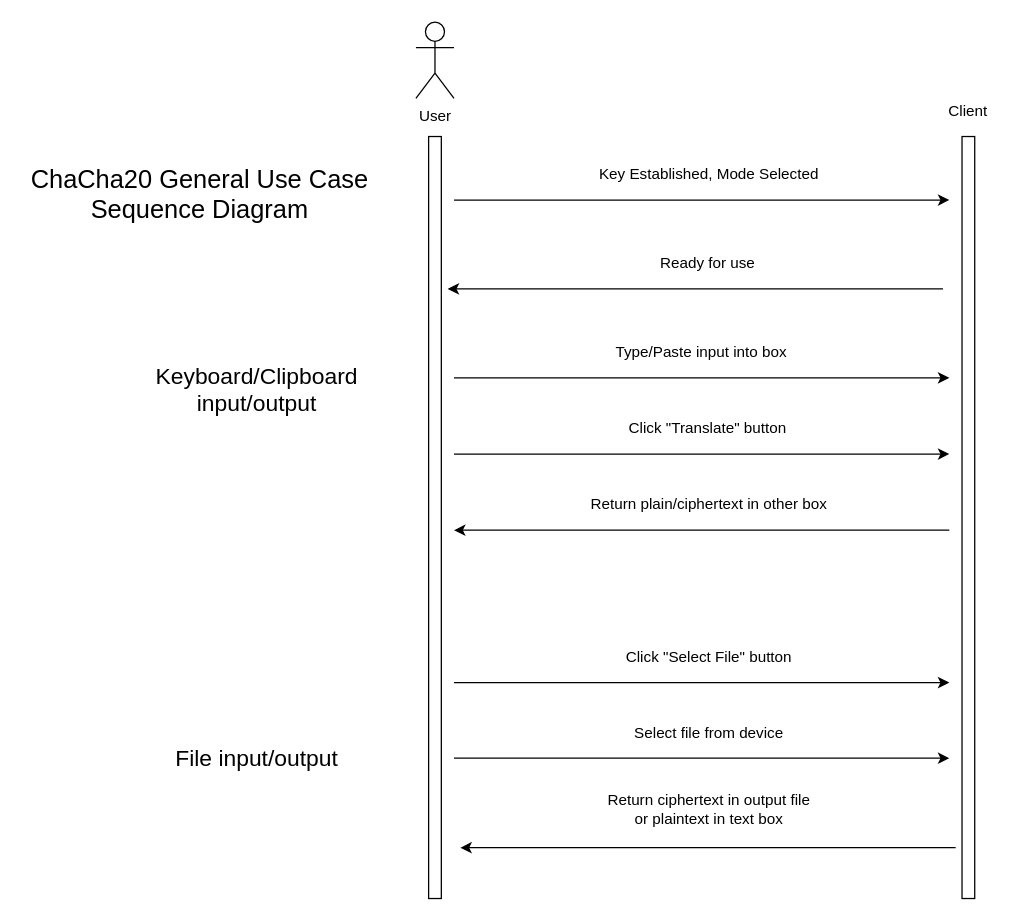
Before: Diagrams/src/CC20GUC.drawio in Nachtwind1100011/SE-Individual-Project, a draw.io diagram. Source tidied: cells renumbered, new cells numbered last; positions are measured from the earlier drawing's top-left corner, leaving out a move shared by most shapes. Both pictures are drawn from the tidied source at 127%, with x=0, y=0 at pixel (22, 22).
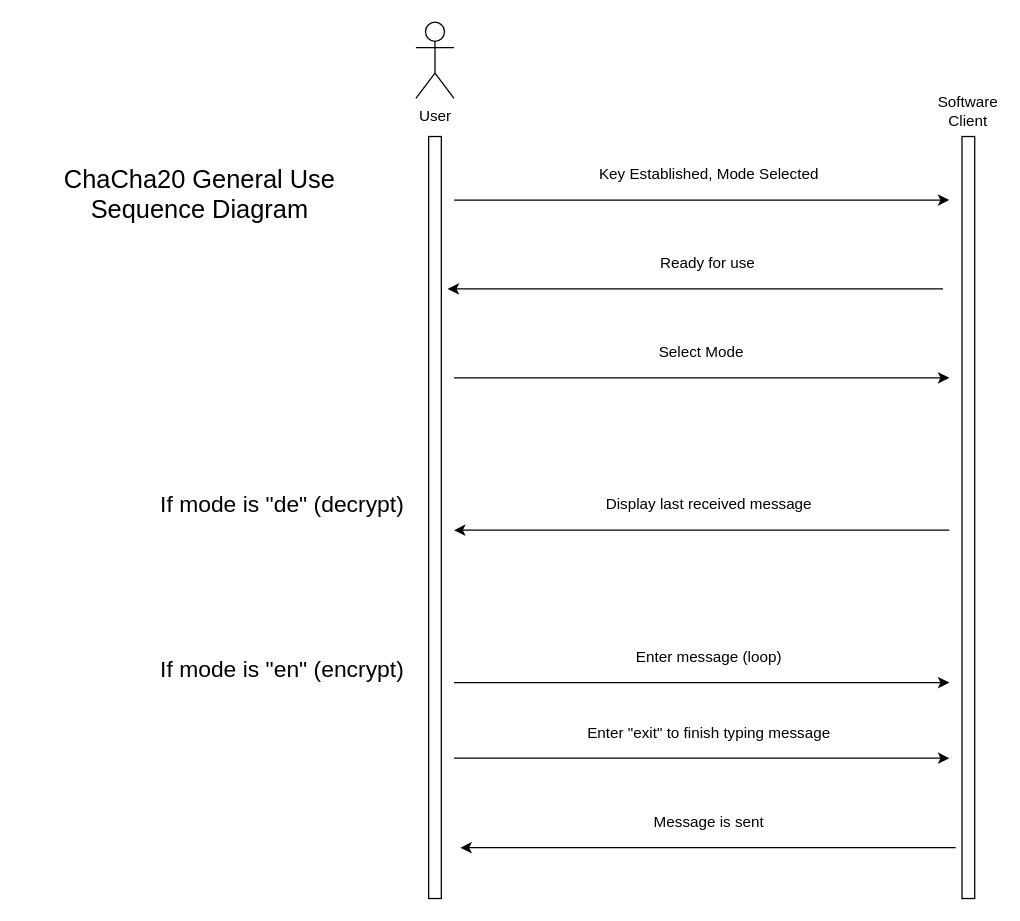
After the change.

Change to the diagram source:
```diff
@@
-    <mxCell id="4" value="Client" style="text;html=1;strokeColor=none;fillColor=none;align=center;verticalAlign=middle;whiteSpace=wrap;rounded=0;" parent="1" vertex="1">
+    <mxCell id="4" value="Software Client" style="text;html=1;strokeColor=none;fillColor=none;align=center;verticalAlign=middle;whiteSpace=wrap;rounded=0;" parent="1" vertex="1">
       <mxGeometry x="725" y="60" width="40" height="20" as="geometry" />
     </mxCell>
@@
-    <mxCell id="10" value="Type/Paste input into box" style="text;html=1;strokeColor=none;fillColor=none;align=center;verticalAlign=middle;whiteSpace=wrap;rounded=0;" parent="1" vertex="1">
+    <mxCell id="10" value="Select Mode" style="text;html=1;strokeColor=none;fillColor=none;align=center;verticalAlign=middle;whiteSpace=wrap;rounded=0;" parent="1" vertex="1">
       <mxGeometry x="460" y="250" width="150" height="20" as="geometry" />
     </mxCell>
-    <mxCell id="11" style="endArrow=classic;html=1;" parent="1" edge="1">
-      <mxGeometry relative="1" as="geometry">
-        <mxPoint x="340" y="340" as="sourcePoint" />
-        <mxPoint x="730" y="340" as="targetPoint" />
-      </mxGeometry>
-    </mxCell>
-    <mxCell id="12" value="Click &quot;Translate&quot; button" style="text;html=1;strokeColor=none;fillColor=none;align=center;verticalAlign=middle;whiteSpace=wrap;rounded=0;" parent="1" vertex="1">
-      <mxGeometry x="440" y="310" width="200" height="20" as="geometry" />
-    </mxCell>
-    <mxCell id="13" value="&lt;font style=&quot;font-size: 20px&quot;&gt;ChaCha20 General Use Case Sequence Diagram&lt;/font&gt;" style="text;html=1;strokeColor=none;fillColor=none;align=center;verticalAlign=middle;whiteSpace=wrap;rounded=0;" parent="1" vertex="1">
+    <mxCell id="13" value="&lt;font style=&quot;font-size: 20px&quot;&gt;ChaCha20 General Use Sequence Diagram&lt;/font&gt;" style="text;html=1;strokeColor=none;fillColor=none;align=center;verticalAlign=middle;whiteSpace=wrap;rounded=0;" parent="1" vertex="1">
       <mxGeometry y="60" width="280" height="150" as="geometry" />
     </mxCell>
-    <mxCell id="14" value="Return plain/ciphertext in other box" style="text;html=1;strokeColor=none;fillColor=none;align=center;verticalAlign=middle;whiteSpace=wrap;rounded=0;" parent="1" vertex="1">
+    <mxCell id="14" value="Display last received message" style="text;html=1;strokeColor=none;fillColor=none;align=center;verticalAlign=middle;whiteSpace=wrap;rounded=0;" parent="1" vertex="1">
       <mxGeometry x="441" y="370" width="200" height="20" as="geometry" />
     </mxCell>
@@
-    <mxCell id="18" value="&lt;font style=&quot;font-size: 18px&quot;&gt;Keyboard/Clipboard input/output&lt;/font&gt;" style="text;html=1;strokeColor=none;fillColor=none;align=center;verticalAlign=middle;whiteSpace=wrap;rounded=0;" parent="1" vertex="1">
-      <mxGeometry x="70" y="260" width="230" height="60" as="geometry" />
+    <mxCell id="18" value="&lt;font style=&quot;font-size: 18px&quot;&gt;If mode is &quot;de&quot; (decrypt)&lt;/font&gt;" style="text;html=1;strokeColor=none;fillColor=none;align=center;verticalAlign=middle;whiteSpace=wrap;rounded=0;" parent="1" vertex="1">
+      <mxGeometry x="90" y="350" width="230" height="60" as="geometry" />
     </mxCell>
-    <mxCell id="19" value="&lt;font style=&quot;font-size: 18px&quot;&gt;File input/output&lt;/font&gt;" style="text;html=1;strokeColor=none;fillColor=none;align=center;verticalAlign=middle;whiteSpace=wrap;rounded=0;" parent="1" vertex="1">
-      <mxGeometry x="70" y="550" width="230" height="60" as="geometry" />
+    <mxCell id="19" value="&lt;font style=&quot;font-size: 18px&quot;&gt;If mode is &quot;en&quot; (encrypt)&lt;/font&gt;" style="text;html=1;strokeColor=none;fillColor=none;align=center;verticalAlign=middle;whiteSpace=wrap;rounded=0;" parent="1" vertex="1">
+      <mxGeometry x="90" y="480" width="230" height="60" as="geometry" />
     </mxCell>
-    <mxCell id="20" value="Click &quot;Select File&quot; button" style="text;html=1;strokeColor=none;fillColor=none;align=center;verticalAlign=middle;whiteSpace=wrap;rounded=0;" parent="1" vertex="1">
+    <mxCell id="20" value="Enter message (loop)" style="text;html=1;strokeColor=none;fillColor=none;align=center;verticalAlign=middle;whiteSpace=wrap;rounded=0;" parent="1" vertex="1">
       <mxGeometry x="441" y="490" width="200" height="20" as="geometry" />
     </mxCell>
@@
-    <mxCell id="22" value="Select file from device" style="text;html=1;strokeColor=none;fillColor=none;align=center;verticalAlign=middle;whiteSpace=wrap;rounded=0;" parent="1" vertex="1">
+    <mxCell id="22" value="Enter &quot;exit&quot; to finish typing message" style="text;html=1;strokeColor=none;fillColor=none;align=center;verticalAlign=middle;whiteSpace=wrap;rounded=0;" parent="1" vertex="1">
       <mxGeometry x="441" y="550" width="200" height="20" as="geometry" />
     </mxCell>
-    <mxCell id="23" value="Return ciphertext in output file&lt;br&gt;or plaintext in text box" style="text;html=1;strokeColor=none;fillColor=none;align=center;verticalAlign=middle;whiteSpace=wrap;rounded=0;" parent="1" vertex="1">
-      <mxGeometry x="441" y="610" width="200" height="20" as="geometry" />
+    <mxCell id="23" value="Message is sent" style="text;html=1;strokeColor=none;fillColor=none;align=center;verticalAlign=middle;whiteSpace=wrap;rounded=0;" parent="1" vertex="1">
+      <mxGeometry x="441" y="620" width="200" height="20" as="geometry" />
     </mxCell>
```
